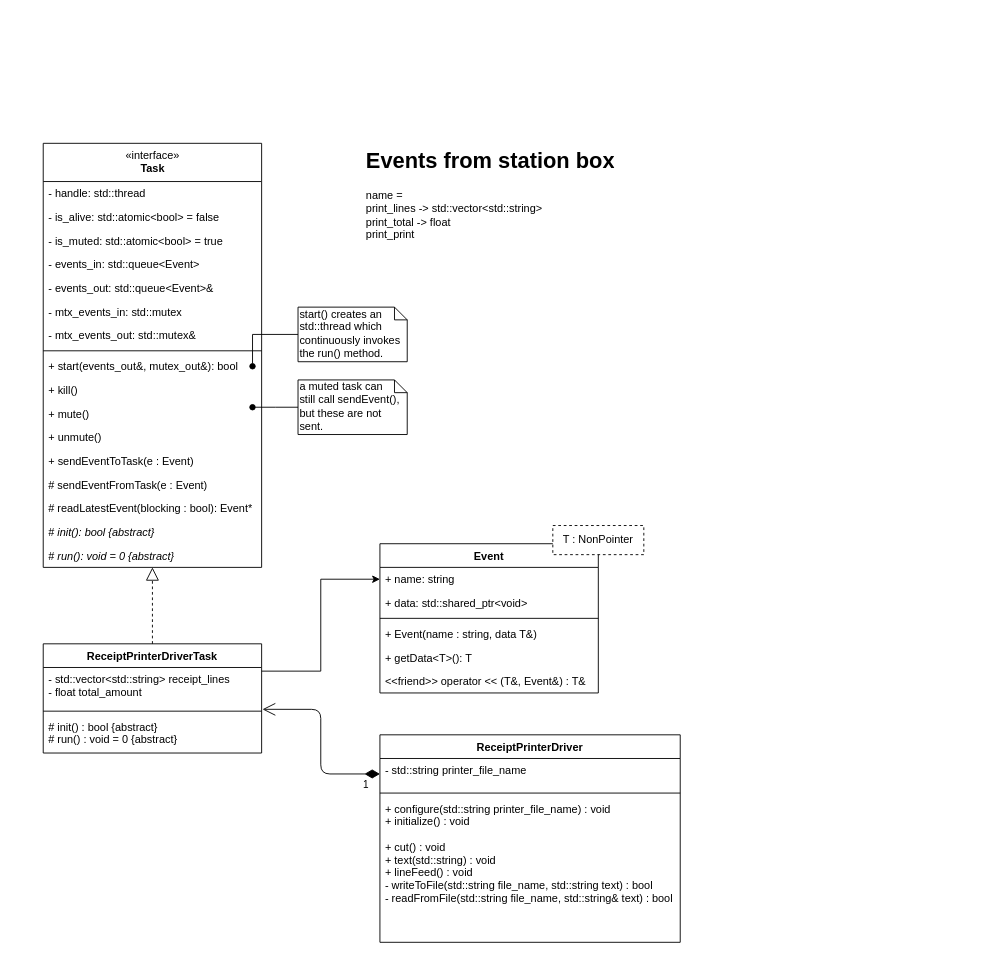
The draw.io diagram diagrams/printer.drawio in LasseGoransson/ESD-E2020, before the edit. Source tidied: cells renumbered, new cells numbered last; positions are measured from the earlier drawing's top-left corner, leaving out a move shared by most shapes. Both pictures are drawn from the tidied source at 91%, with x=0, y=0 at pixel (43, 143).
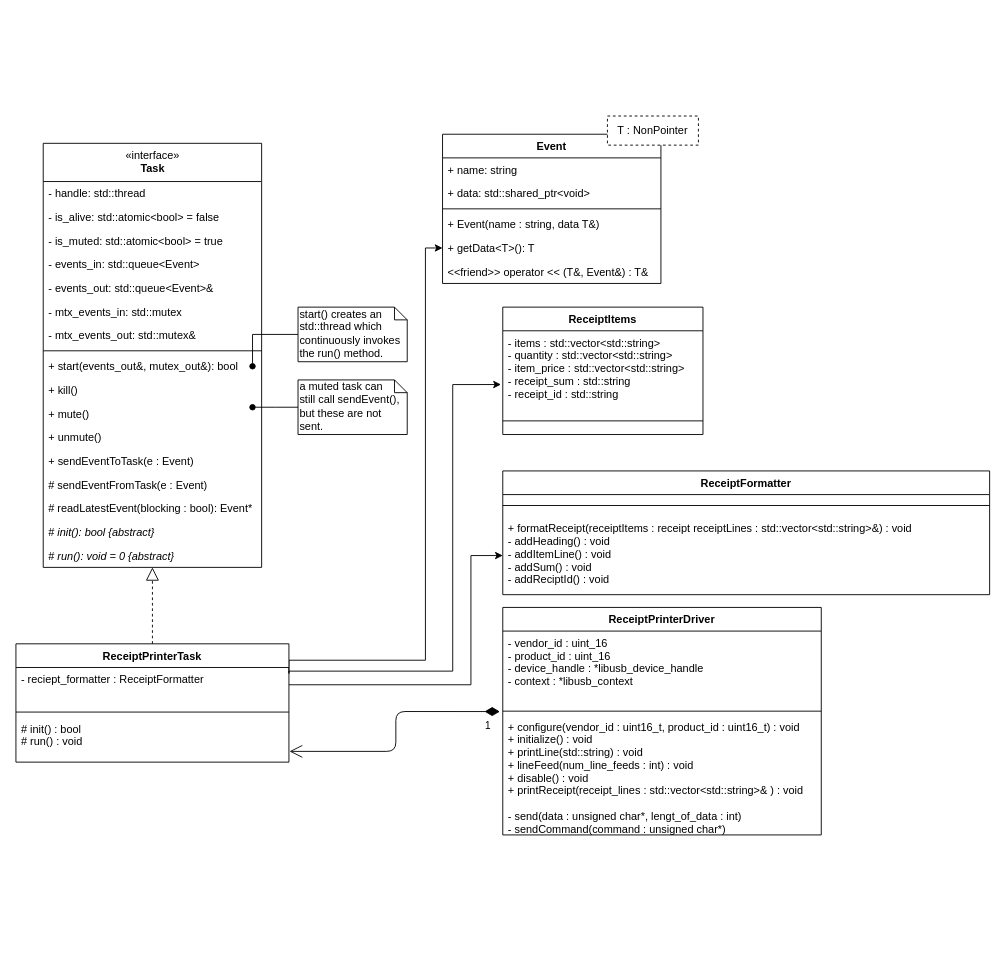
The same diagram, later.

Commit message:
improvements on printer UML

Unchanged cells that the change refers to:
```xml
<mxCell id="28" value="&lt;span style=&quot;font-style: normal&quot;&gt;#&lt;/span&gt; run(): void = 0 {abstract}" style="text;strokeColor=none;fillColor=none;align=left;verticalAlign=top;spacingLeft=4;spacingRight=4;overflow=hidden;points=[[0,0.5],[1,0.5]];portConstraint=eastwest;fontStyle=2;html=1;" parent="11" vertex="1">
  <mxGeometry y="440" width="240" height="26" as="geometry" />
</mxCell>
<mxCell id="34" value="+ name: string" style="text;strokeColor=none;fillColor=none;align=left;verticalAlign=top;spacingLeft=4;spacingRight=4;overflow=hidden;points=[[0,0.5],[1,0.5]];portConstraint=eastwest;" parent="33" vertex="1">
  <mxGeometry y="26" width="240" height="26" as="geometry" />
</mxCell>
<mxCell id="38" value="+ getData&lt;T&gt;(): T" style="text;strokeColor=none;fillColor=none;align=left;verticalAlign=top;spacingLeft=4;spacingRight=4;overflow=hidden;points=[[0,0.5],[1,0.5]];portConstraint=eastwest;" parent="33" vertex="1">
  <mxGeometry y="112" width="240" height="26" as="geometry" />
</mxCell>
```

Change to the diagram source:
```diff
@@
+    <mxCell id="45" style="edgeStyle=orthogonalEdgeStyle;rounded=0;jettySize=auto;html=1;exitX=1;exitY=0.25;exitDx=0;exitDy=0;entryX=-0.009;entryY=0.703;entryDx=0;entryDy=0;entryPerimeter=0;" parent="1" edge="1" source="2" target="50">
+      <mxGeometry relative="1" as="geometry">
+        <Array as="points">
+          <mxPoint x="270" y="580" />
+          <mxPoint x="450" y="580" />
+          <mxPoint x="450" y="265" />
+        </Array>
+      </mxGeometry>
+    </mxCell>
+    <mxCell id="46" style="edgeStyle=orthogonalEdgeStyle;rounded=0;jettySize=auto;html=1;entryX=0;entryY=0.5;entryDx=0;entryDy=0;" parent="1" edge="1" source="2" target="54">
+      <mxGeometry relative="1" as="geometry">
+        <Array as="points">
+          <mxPoint x="470" y="595" />
+          <mxPoint x="470" y="453" />
+        </Array>
+      </mxGeometry>
+    </mxCell>
+    <mxCell id="47" style="edgeStyle=orthogonalEdgeStyle;rounded=0;jettySize=auto;html=1;exitX=1;exitY=0.25;exitDx=0;exitDy=0;entryX=0;entryY=0.5;entryDx=0;entryDy=0;" parent="1" edge="1" source="2" target="38">
+      <mxGeometry relative="1" as="geometry">
+        <Array as="points">
+          <mxPoint x="420" y="568" />
+          <mxPoint x="420" y="115" />
+        </Array>
+      </mxGeometry>
+    </mxCell>
-    <mxCell id="2" value="ReceiptPrinterDriverTask" style="swimlane;fontStyle=1;align=center;verticalAlign=top;horizontal=1;startSize=26;" parent="1" vertex="1">
-      <mxGeometry y="550" width="240" height="120" as="geometry" />
+    <mxCell id="2" value="ReceiptPrinterTask" style="swimlane;fontStyle=1;align=center;verticalAlign=top;horizontal=1;startSize=26;" parent="1" vertex="1">
+      <mxGeometry x="-30" y="550" width="300" height="130" as="geometry" />
     </mxCell>
-    <mxCell id="3" value="- std::vector&lt;std::string&gt; receipt_lines&#10;- float total_amount " style="text;strokeColor=none;fillColor=none;align=left;verticalAlign=top;spacingLeft=4;spacingRight=4;overflow=hidden;points=[[0,0.5],[1,0.5]];portConstraint=eastwest;" parent="2" vertex="1">
-      <mxGeometry y="26" width="240" height="44" as="geometry" />
-    </mxCell>
+    <mxCell id="48" value="- reciept_formatter : ReceiptFormatter" style="text;strokeColor=none;fillColor=none;align=left;verticalAlign=top;spacingLeft=4;spacingRight=4;overflow=hidden;" parent="2" vertex="1">
+      <mxGeometry y="26" width="300" height="44" as="geometry" />
+    </mxCell>
     <mxCell id="4" style="line;strokeWidth=1;fillColor=none;align=left;verticalAlign=middle;spacingTop=-1;spacingLeft=3;spacingRight=3;labelPosition=right;" parent="2" vertex="1">
-      <mxGeometry y="70" width="240" height="8" as="geometry" />
+      <mxGeometry y="70" width="300" height="10" as="geometry" />
     </mxCell>
-    <mxCell id="5" value="# init() : bool {abstract}&#10;# run() : void = 0 {abstract}" style="text;strokeColor=none;fillColor=none;align=left;verticalAlign=top;spacingLeft=4;spacingRight=4;overflow=hidden;points=[[0,0.5],[1,0.5]];portConstraint=eastwest;" parent="2" vertex="1">
-      <mxGeometry y="78" width="240" height="42" as="geometry" />
+    <mxCell id="5" value="# init() : bool&#10;# run() : void&#10;&#10;" style="text;strokeColor=none;fillColor=none;align=left;verticalAlign=top;spacingLeft=4;spacingRight=4;overflow=hidden;points=[[0,0.5],[1,0.5]];portConstraint=eastwest;" parent="2" vertex="1">
+      <mxGeometry y="80" width="300" height="50" as="geometry" />
     </mxCell>
     <mxCell id="6" value="ReceiptPrinterDriver" style="swimlane;fontStyle=1;align=center;verticalAlign=top;horizontal=1;startSize=26;" parent="1" vertex="1">
-      <mxGeometry x="370" y="650" width="330" height="228" as="geometry" />
+      <mxGeometry x="505" y="510" width="350" height="250" as="geometry" />
     </mxCell>
-    <mxCell id="7" value="- std::string printer_file_name" style="text;strokeColor=none;fillColor=none;align=left;verticalAlign=top;spacingLeft=4;spacingRight=4;overflow=hidden;points=[[0,0.5],[1,0.5]];portConstraint=eastwest;" parent="6" vertex="1">
-      <mxGeometry y="26" width="330" height="34" as="geometry" />
+    <mxCell id="7" value="- vendor_id : uint_16&#10;- product_id : uint_16&#10;- device_handle : *libusb_device_handle&#10;- context : *libusb_context" style="text;strokeColor=none;fillColor=none;align=left;verticalAlign=top;spacingLeft=4;spacingRight=4;overflow=hidden;points=[[0,0.5],[1,0.5]];portConstraint=eastwest;" parent="6" vertex="1">
+      <mxGeometry y="26" width="350" height="84" as="geometry" />
     </mxCell>
     <mxCell id="8" style="line;strokeWidth=1;fillColor=none;align=left;verticalAlign=middle;spacingTop=-1;spacingLeft=3;spacingRight=3;labelPosition=right;" parent="6" vertex="1">
-      <mxGeometry y="60" width="330" height="8" as="geometry" />
+      <mxGeometry y="110" width="350" height="8" as="geometry" />
     </mxCell>
-    <mxCell id="9" value="+ configure(std::string printer_file_name) : void&#10;+ initialize() : void&#10;&#10;+ cut() : void&#10;+ text(std::string) : void&#10;+ lineFeed() : void&#10;- writeToFile(std::string file_name, std::string text) : bool&#10;- readFromFile(std::string file_name, std::string&amp; text) : bool" style="text;strokeColor=none;fillColor=none;align=left;verticalAlign=top;spacingLeft=4;spacingRight=4;overflow=hidden;points=[[0,0.5],[1,0.5]];portConstraint=eastwest;" parent="6" vertex="1">
-      <mxGeometry y="68" width="330" height="160" as="geometry" />
+    <mxCell id="9" value="+ configure(vendor_id : uint16_t, product_id : uint16_t) : void&#10;+ initialize() : void&#10;+ printLine(std::string) : void&#10;+ lineFeed(num_line_feeds : int) : void&#10;+ disable() : void&#10;+ printReceipt(receipt_lines : std::vector&lt;std::string&gt;&amp; ) : void&#10;&#10;- send(data : unsigned char*, lengt_of_data : int)&#10;- sendCommand(command : unsigned char*)&#10;&#10;" style="text;strokeColor=none;fillColor=none;align=left;verticalAlign=top;spacingLeft=4;spacingRight=4;overflow=hidden;points=[[0,0.5],[1,0.5]];portConstraint=eastwest;" parent="6" vertex="1">
+      <mxGeometry y="118" width="350" height="132" as="geometry" />
     </mxCell>
@@
     <mxCell id="32" style="group;" parent="1" vertex="1">
-      <mxGeometry x="370" y="420" width="300" height="236" as="geometry" />
+      <mxGeometry x="390" y="-140" width="300" height="294" as="geometry" />
     </mxCell>
     <mxCell id="33" value="Event" style="swimlane;fontStyle=1;align=center;verticalAlign=top;horizontal=1;startSize=26;" parent="32" vertex="1">
-      <mxGeometry y="20" width="240" height="164" as="geometry" />
+      <mxGeometry x="48.8" y="130" width="240" height="164" as="geometry" />
     </mxCell>
@@
+    <mxCell id="41" style="endArrow=block;dashed=1;endFill=0;endSize=12;html=1;exitX=0.5;exitY=0;exitDx=0;exitDy=0;" parent="1" edge="1" source="2" target="28">
+      <mxGeometry relative="1" as="geometry" />
+    </mxCell>
-    <mxCell id="40" value="T : NonPointer" style="rounded=0;whiteSpace=wrap;html=1;dashed=1;" parent="32" vertex="1">
-      <mxGeometry x="190" width="100" height="32" as="geometry" />
+    <mxCell id="40" value="T : NonPointer" style="rounded=0;whiteSpace=wrap;html=1;dashed=1;" parent="1" vertex="1">
+      <mxGeometry x="620" y="-30" width="100" height="32" as="geometry" />
     </mxCell>
-    <mxCell id="41" style="endArrow=block;dashed=1;endFill=0;endSize=12;html=1;exitX=0.5;exitY=0;exitDx=0;exitDy=0;" parent="1" edge="1" source="2" target="28">
-      <mxGeometry relative="1" as="geometry" />
-    </mxCell>
-    <mxCell id="42" value="1" style="endArrow=open;html=1;endSize=12;startArrow=diamondThin;startSize=14;startFill=1;edgeStyle=orthogonalEdgeStyle;align=left;verticalAlign=bottom;entryX=1.004;entryY=1.045;entryDx=0;entryDy=0;exitX=0;exitY=0.5;exitDx=0;exitDy=0;entryPerimeter=0;" parent="1" edge="1" source="7" target="3">
-      <mxGeometry x="-0.8" y="21" relative="1" as="geometry" />
+    <mxCell id="42" value="1" style="endArrow=open;html=1;endSize=12;startArrow=diamondThin;startSize=14;startFill=1;edgeStyle=orthogonalEdgeStyle;align=left;verticalAlign=bottom;exitX=-0.009;exitY=-0.027;exitDx=0;exitDy=0;exitPerimeter=0;entryX=1.002;entryY=0.764;entryDx=0;entryDy=0;entryPerimeter=0;" parent="1" edge="1" source="9" target="5">
+      <mxGeometry x="-0.87" y="25" relative="1" as="geometry" />
     </mxCell>
-    <mxCell id="43" style="edgeStyle=orthogonalEdgeStyle;rounded=0;jettySize=auto;html=1;" parent="1" edge="1" source="3" target="34">
-      <mxGeometry relative="1" as="geometry">
-        <Array as="points">
-          <mxPoint x="305" y="580" />
-          <mxPoint x="305" y="479" />
-        </Array>
-      </mxGeometry>
-    </mxCell>
-    <mxCell id="44" value="&lt;h1&gt;Events from station box&lt;/h1&gt;&lt;p&gt;name =&lt;br&gt;&lt;span&gt;print_lines -&amp;gt; std::vector&amp;lt;std::string&amp;gt;&lt;br&gt;&lt;/span&gt;&lt;span&gt;print_total -&amp;gt; float&lt;/span&gt;&lt;span&gt;&amp;nbsp;&lt;/span&gt;&lt;span&gt;&lt;br&gt;print_print&lt;/span&gt;&lt;/p&gt;" style="text;html=1;strokeColor=none;fillColor=none;spacing=5;spacingTop=-20;whiteSpace=wrap;overflow=hidden;rounded=0;" parent="1" vertex="1">
-      <mxGeometry x="350" width="320" height="130" as="geometry" />
-    </mxCell>
+    <mxCell id="49" value="ReceiptItems" style="swimlane;fontStyle=1;align=center;verticalAlign=top;horizontal=1;startSize=26;" parent="1" vertex="1">
+      <mxGeometry x="505" y="180" width="220" height="140" as="geometry" />
+    </mxCell>
+    <mxCell id="50" value="- items : std::vector&lt;std::string&gt;&#10;- quantity : std::vector&lt;std::string&gt;&#10;- item_price : std::vector&lt;std::string&gt;&#10;- receipt_sum : std::string&#10;- receipt_id : std::string&#10;" style="text;strokeColor=none;fillColor=none;align=left;verticalAlign=top;spacingLeft=4;spacingRight=4;overflow=hidden;points=[[0,0.5],[1,0.5]];portConstraint=eastwest;" parent="49" vertex="1">
+      <mxGeometry y="26" width="220" height="84" as="geometry" />
+    </mxCell>
+    <mxCell id="51" style="line;strokeWidth=1;fillColor=none;align=left;verticalAlign=middle;spacingTop=-1;spacingLeft=3;spacingRight=3;labelPosition=right;" parent="49" vertex="1">
+      <mxGeometry y="110" width="220" height="30" as="geometry" />
+    </mxCell>
+    <mxCell id="52" value="ReceiptFormatter" style="swimlane;fontStyle=1;align=center;verticalAlign=top;horizontal=1;startSize=26;" parent="1" vertex="1">
+      <mxGeometry x="505" y="360" width="535" height="136" as="geometry" />
+    </mxCell>
+    <mxCell id="53" style="line;strokeWidth=1;fillColor=none;align=left;verticalAlign=middle;spacingTop=-1;spacingLeft=3;spacingRight=3;labelPosition=right;" parent="52" vertex="1">
+      <mxGeometry y="26" width="535" height="24" as="geometry" />
+    </mxCell>
+    <mxCell id="54" value="+ formatReceipt(receiptItems : receipt receiptLines : std::vector&lt;std::string&gt;&amp;) : void&#10;- addHeading() : void&#10;- addItemLine() : void&#10;- addSum() : void&#10;- addReciptId() : void&#10;" style="text;strokeColor=none;fillColor=none;align=left;verticalAlign=top;spacingLeft=4;spacingRight=4;overflow=hidden;points=[[0,0.5],[1,0.5]];portConstraint=eastwest;" parent="52" vertex="1">
+      <mxGeometry y="50" width="535" height="86" as="geometry" />
+    </mxCell>
```
